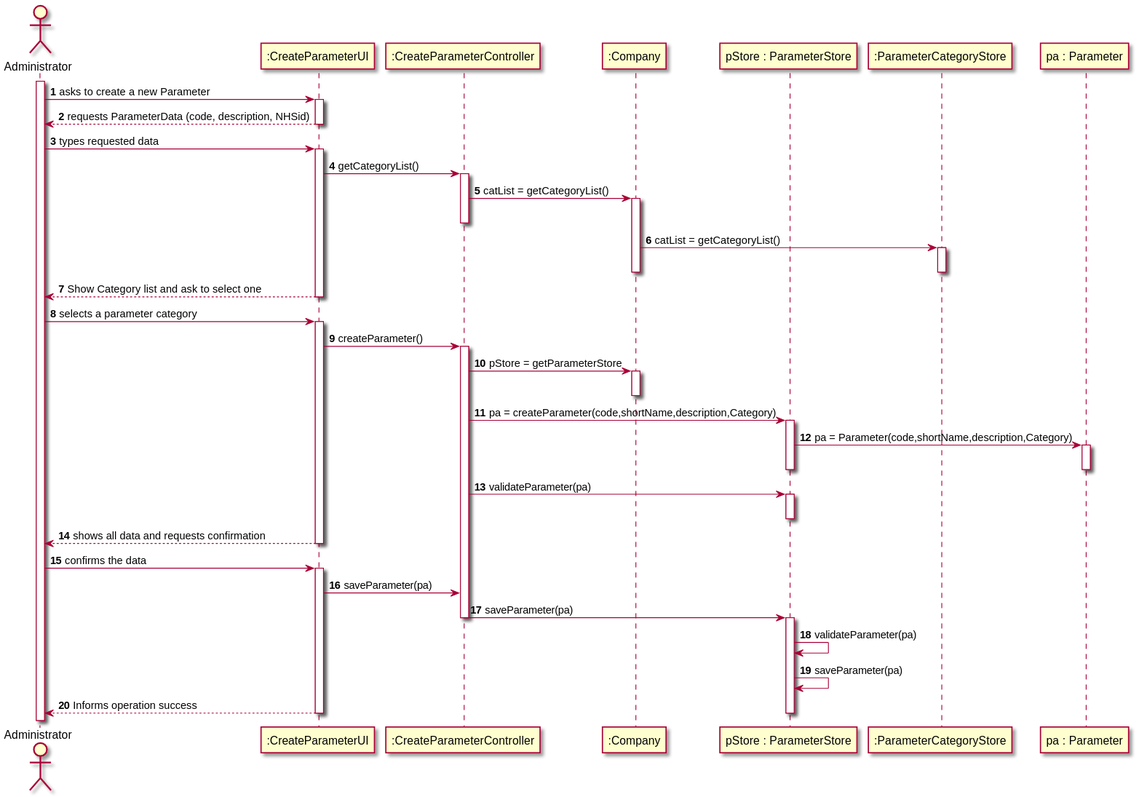
MarianaCLages/LAPR2 keeps this PlantUML diagram as docs/SprintB/US10/US10_SD.svg. Above is the earlier version.
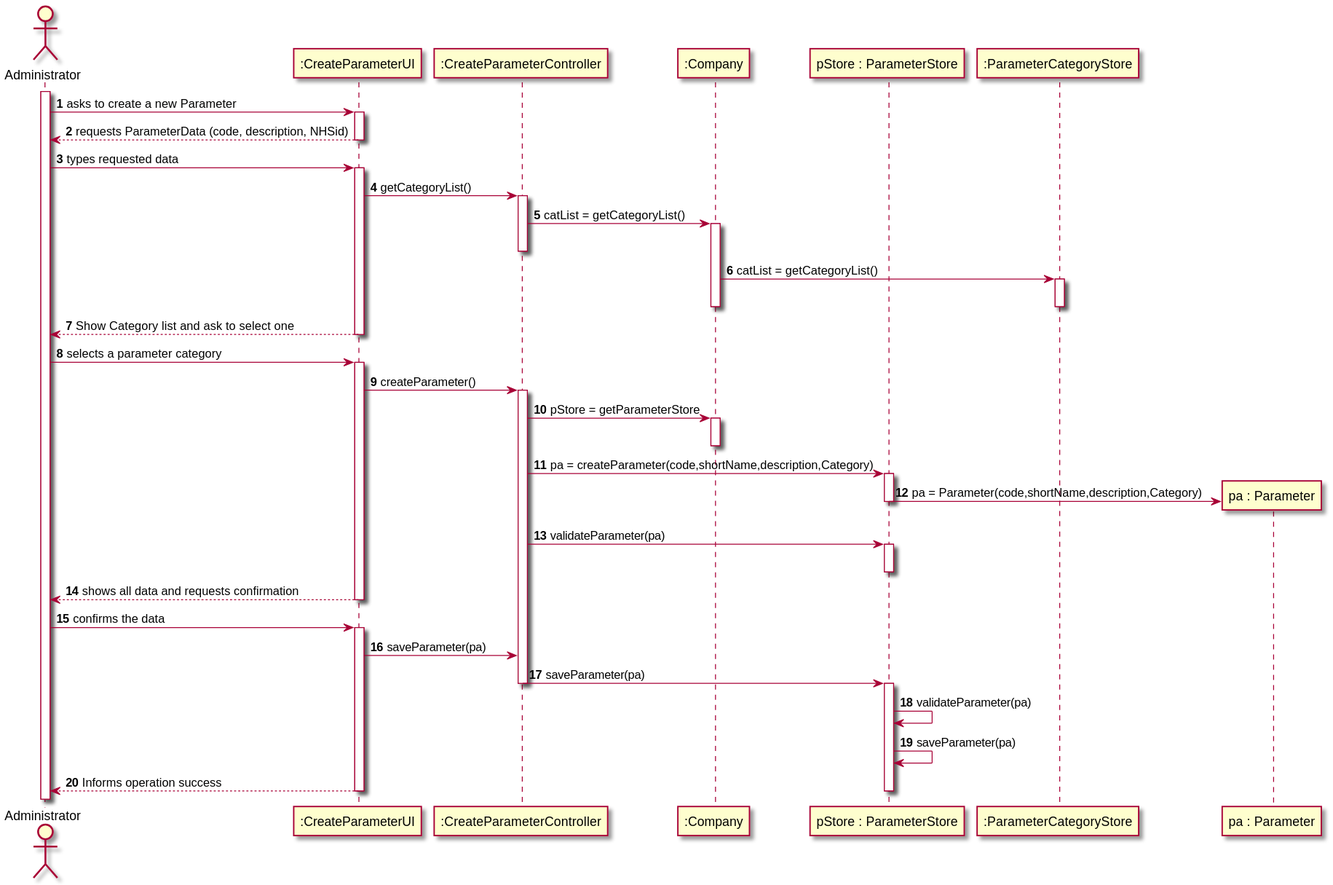
Above is the later version.

What changed in the source:
```diff
@@ -67,10 +67,9 @@
 
 activate PARAMETERSTORE
 
-PARAMETERSTORE -> PARAMETER : pa = Parameter(code,shortName,description,Category)
+PARAMETERSTORE -> PARAMETER ** : pa = Parameter(code,shortName,description,Category)
 
-activate PARAMETER
-deactivate PARAMETER
+
 deactivate PARAMETERSTORE
 CTRL -> PARAMETERSTORE : validateParameter(pa)
 activate PARAMETERSTORE
```
